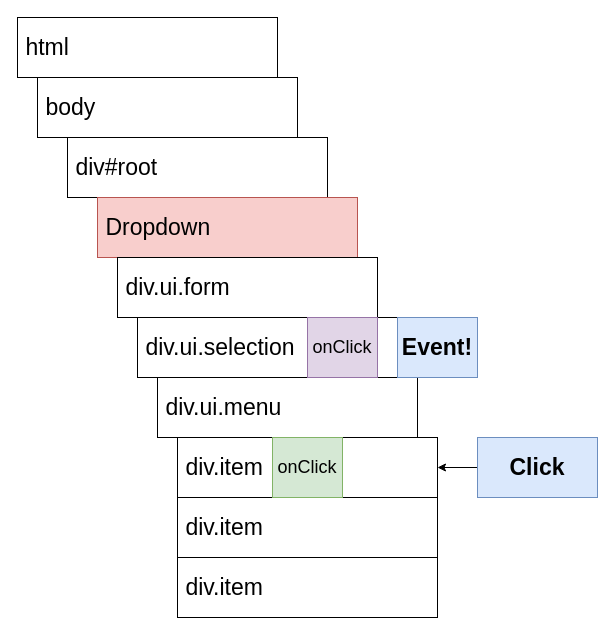
This is page "07 - bubble" (15 of 18) of diagrams/widgets/02.drawio from HappySuzuki/redux-code, a draw.io file, before an edit. Source tidied: cells renumbered, new cells numbered last; positions are measured from the earlier drawing's top-left corner, leaving out a move shared by most shapes. Both pictures are drawn from the tidied source at 100%, with x=0, y=0 at pixel (17, 17).
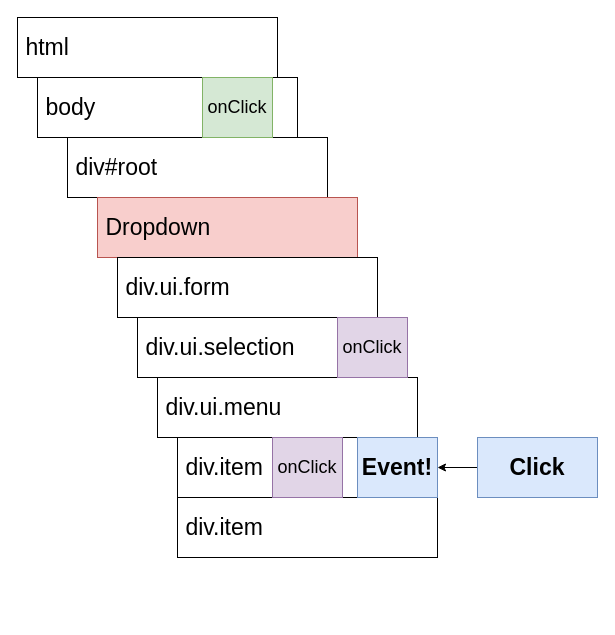
After the change.

The edit, as a diff of the source:
```diff
@@
 <mxGraphModel>
   <root>
     <mxCell id="0" />
     <mxCell id="1" parent="0" />
     <mxCell id="2" value="&amp;nbsp;html" style="rounded=0;whiteSpace=wrap;html=1;fontSize=23;fontColor=#000000;align=left;" parent="1" vertex="1">
       <mxGeometry width="260" height="60" as="geometry" />
     </mxCell>
     <mxCell id="3" value="&amp;nbsp;body" style="rounded=0;whiteSpace=wrap;html=1;fontSize=23;fontColor=#000000;align=left;" parent="1" vertex="1">
       <mxGeometry x="20" y="60" width="260" height="60" as="geometry" />
     </mxCell>
     <mxCell id="4" value="&amp;nbsp;div#root" style="rounded=0;whiteSpace=wrap;html=1;fontSize=23;fontColor=#000000;align=left;" parent="1" vertex="1">
       <mxGeometry x="50" y="120" width="260" height="60" as="geometry" />
     </mxCell>
     <mxCell id="5" value="&amp;nbsp;Dropdown" style="rounded=0;whiteSpace=wrap;html=1;fontSize=23;align=left;fillColor=#f8cecc;strokeColor=#b85450;" parent="1" vertex="1">
       <mxGeometry x="80" y="180" width="260" height="60" as="geometry" />
     </mxCell>
     <mxCell id="6" value="&amp;nbsp;div.ui.form" style="rounded=0;whiteSpace=wrap;html=1;fontSize=23;fontColor=#000000;align=left;" parent="1" vertex="1">
       <mxGeometry x="100" y="240" width="260" height="60" as="geometry" />
     </mxCell>
     <mxCell id="7" value="&amp;nbsp;div.ui.selection" style="rounded=0;whiteSpace=wrap;html=1;fontSize=23;fontColor=#000000;align=left;" parent="1" vertex="1">
       <mxGeometry x="120" y="300" width="260" height="60" as="geometry" />
     </mxCell>
     <mxCell id="8" value="&amp;nbsp;div.ui.menu" style="rounded=0;whiteSpace=wrap;html=1;fontSize=23;fontColor=#000000;align=left;" parent="1" vertex="1">
       <mxGeometry x="140" y="360" width="260" height="60" as="geometry" />
     </mxCell>
     <mxCell id="9" value="&amp;nbsp;div.item" style="rounded=0;whiteSpace=wrap;html=1;fontSize=23;fontColor=#000000;align=left;" parent="1" vertex="1">
       <mxGeometry x="160" y="420" width="260" height="60" as="geometry" />
     </mxCell>
     <mxCell id="10" value="&amp;nbsp;div.item" style="rounded=0;whiteSpace=wrap;html=1;fontSize=23;fontColor=#000000;align=left;" parent="1" vertex="1">
       <mxGeometry x="160" y="480" width="260" height="60" as="geometry" />
     </mxCell>
-    <mxCell id="11" value="&amp;nbsp;div.item" style="rounded=0;whiteSpace=wrap;html=1;fontSize=23;fontColor=#000000;align=left;" parent="1" vertex="1">
-      <mxGeometry x="160" y="540" width="260" height="60" as="geometry" />
-    </mxCell>
     <mxCell id="12" style="edgeStyle=orthogonalEdgeStyle;rounded=0;jettySize=auto;html=1;exitX=0;exitY=0.5;exitDx=0;exitDy=0;entryX=1;entryY=0.5;entryDx=0;entryDy=0;strokeWidth=1;fontSize=23;fontColor=#000000;" parent="1" edge="1" source="13" target="9">
       <mxGeometry relative="1" as="geometry" />
     </mxCell>
     <mxCell id="13" value="Click" style="rounded=0;whiteSpace=wrap;html=1;strokeWidth=1;fontSize=23;align=center;fillColor=#dae8fc;strokeColor=#6c8ebf;fontStyle=1;" parent="1" vertex="1">
       <mxGeometry x="460" y="420" width="120" height="60" as="geometry" />
     </mxCell>
     <mxCell id="14" value="Event!" style="rounded=0;whiteSpace=wrap;html=1;strokeWidth=1;fontSize=23;align=center;fillColor=#dae8fc;strokeColor=#6c8ebf;fontStyle=1;" parent="1" vertex="1">
-      <mxGeometry x="380" y="300" width="80" height="60" as="geometry" />
+      <mxGeometry x="340" y="420" width="80" height="60" as="geometry" />
     </mxCell>
     <mxCell id="15" value="onClick" style="rounded=0;whiteSpace=wrap;html=1;strokeWidth=1;fontSize=18;align=center;fillColor=#e1d5e7;strokeColor=#9673a6;fontStyle=0;" parent="1" vertex="1">
-      <mxGeometry x="290" y="300" width="70" height="60" as="geometry" />
+      <mxGeometry x="320" y="300" width="70" height="60" as="geometry" />
     </mxCell>
-    <mxCell id="16" value="onClick" style="rounded=0;whiteSpace=wrap;html=1;strokeWidth=1;fontSize=18;align=center;fillColor=#d5e8d4;strokeColor=#82b366;fontStyle=0;" parent="1" vertex="1">
+    <mxCell id="16" value="onClick" style="rounded=0;whiteSpace=wrap;html=1;strokeWidth=1;fontSize=18;align=center;fillColor=#e1d5e7;strokeColor=#9673a6;fontStyle=0;" parent="1" vertex="1">
       <mxGeometry x="255" y="420" width="70" height="60" as="geometry" />
     </mxCell>
+    <mxCell id="17" value="onClick" style="rounded=0;whiteSpace=wrap;html=1;strokeWidth=1;fontSize=18;align=center;fillColor=#d5e8d4;strokeColor=#82b366;fontStyle=0;" parent="1" vertex="1">
+      <mxGeometry x="185" y="60" width="70" height="60" as="geometry" />
+    </mxCell>
   </root>
 </mxGraphModel>
```
